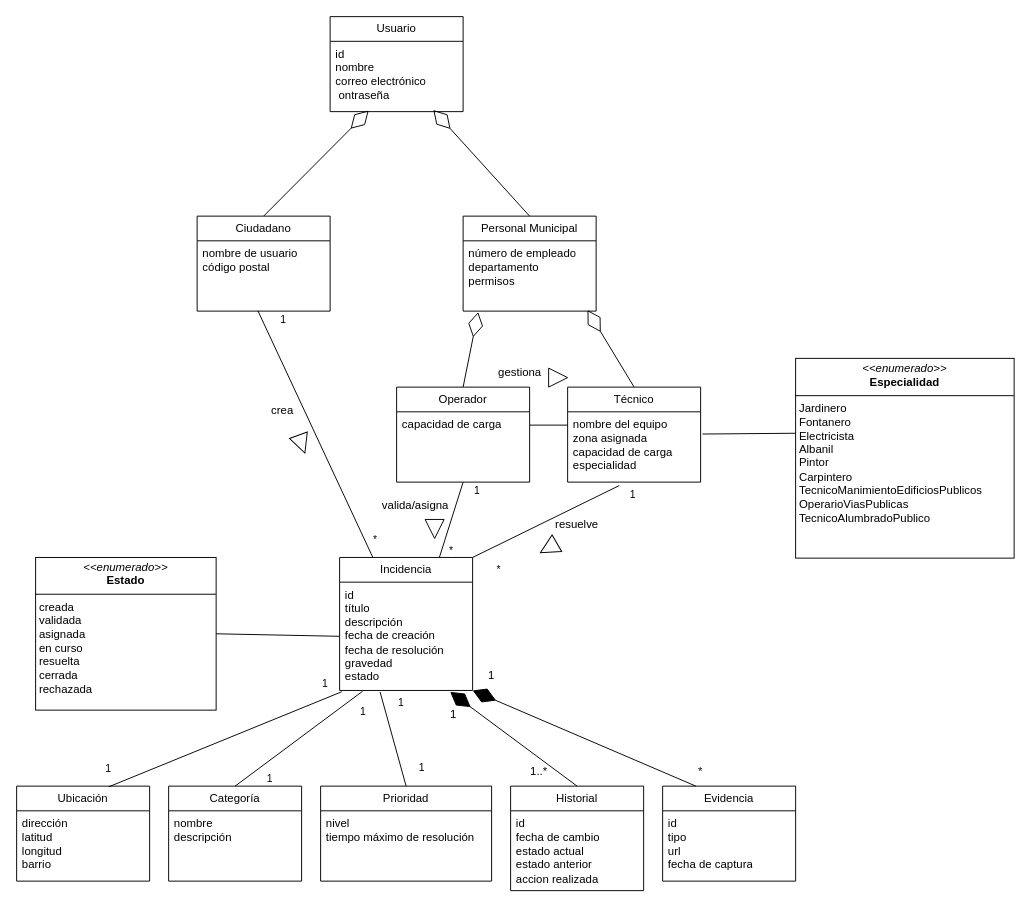
Before: Diagrams/Diagrama_Modelo_de_datos.drawio in javimoralesg/UrbanDesk, a draw.io diagram. Source tidied: cells renumbered, new cells numbered last; positions are measured from the earlier drawing's top-left corner, leaving out a move shared by most shapes. Both pictures are drawn from the tidied source at 95%, with x=0, y=0 at pixel (16, 16).
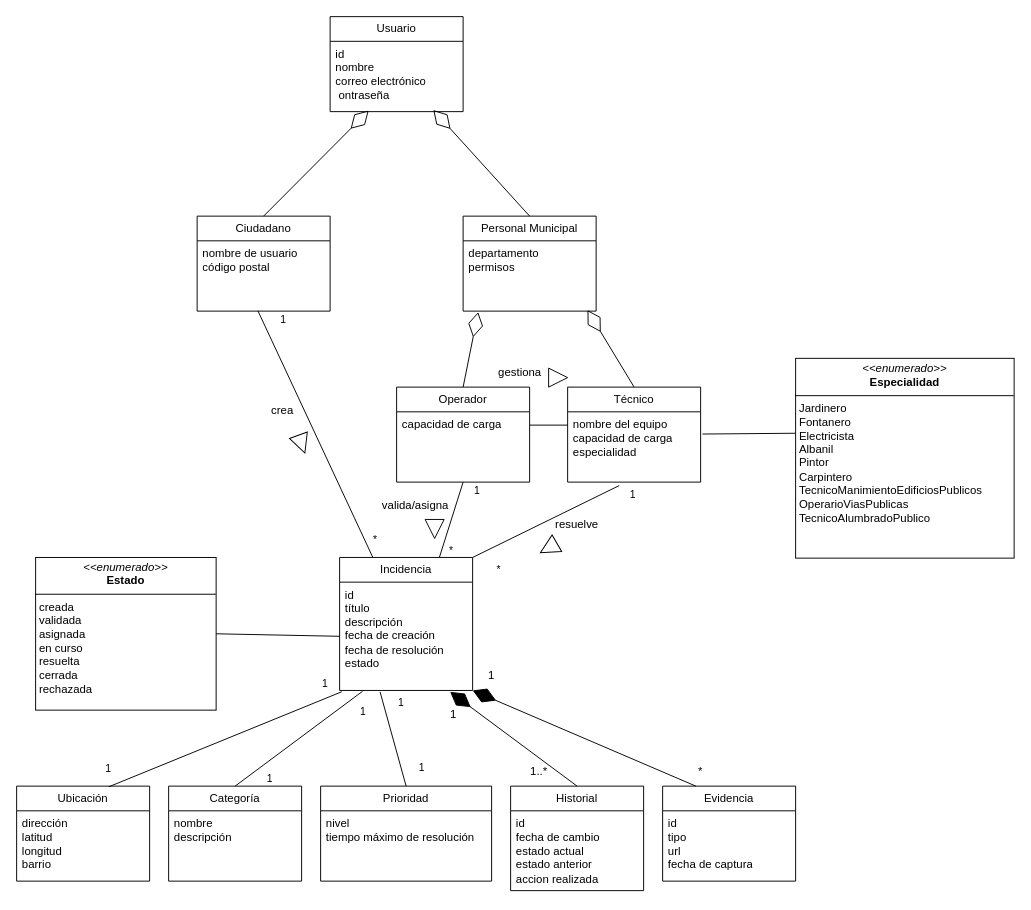
The same page after the edit.

Commit message:
add Diagrama de modelo de Datos v2

Unchanged cells that the change refers to:
```xml
<mxCell id="6" value="Personal Municipal" style="swimlane;fontStyle=0;horizontal=1;startSize=26;fillColor=none;whiteSpace=wrap;html=1;" parent="1" vertex="1">
  <mxGeometry x="470" y="210" width="140" height="100" as="geometry" />
</mxCell>
<mxCell id="10" value="Técnico" style="swimlane;fontStyle=0;horizontal=1;startSize=26;fillColor=none;whiteSpace=wrap;html=1;" parent="1" vertex="1">
  <mxGeometry x="580" y="390" width="140" height="100" as="geometry" />
</mxCell>
<mxCell id="12" value="Incidencia" style="swimlane;fontStyle=0;horizontal=1;startSize=26;fillColor=none;whiteSpace=wrap;html=1;" parent="1" vertex="1">
  <mxGeometry x="340" y="569.3" width="140" height="140" as="geometry" />
</mxCell>
```

Diff of the diagram source:
```diff
@@
-    <mxCell id="7" value="número de empleado&lt;div&gt;departamento&lt;/div&gt;&lt;div&gt;permisos&lt;/div&gt;" style="text;strokeColor=none;fillColor=none;align=left;verticalAlign=top;spacingLeft=4;spacingRight=4;overflow=hidden;points=[[0,0.5],[1,0.5]];portConstraint=eastwest;whiteSpace=wrap;html=1;" parent="6" vertex="1">
+    <mxCell id="7" value="&lt;div&gt;departamento&lt;/div&gt;&lt;div&gt;permisos&lt;/div&gt;" style="text;strokeColor=none;fillColor=none;align=left;verticalAlign=top;spacingLeft=4;spacingRight=4;overflow=hidden;points=[[0,0.5],[1,0.5]];portConstraint=eastwest;whiteSpace=wrap;html=1;" parent="6" vertex="1">
       <mxGeometry y="26" width="140" height="74" as="geometry" />
     </mxCell>
@@
-    <mxCell id="11" value="&lt;div&gt;nombre del equipo&lt;/div&gt;&lt;div&gt;zona asignada&lt;/div&gt;&lt;div&gt;capacidad de carga&lt;/div&gt;&lt;div&gt;especialidad&lt;/div&gt;" style="text;strokeColor=none;fillColor=none;align=left;verticalAlign=top;spacingLeft=4;spacingRight=4;overflow=hidden;points=[[0,0.5],[1,0.5]];portConstraint=eastwest;whiteSpace=wrap;html=1;" parent="10" vertex="1">
+    <mxCell id="11" value="&lt;div&gt;nombre del equipo&lt;/div&gt;&lt;div&gt;capacidad de carga&lt;/div&gt;&lt;div&gt;especialidad&lt;/div&gt;" style="text;strokeColor=none;fillColor=none;align=left;verticalAlign=top;spacingLeft=4;spacingRight=4;overflow=hidden;points=[[0,0.5],[1,0.5]];portConstraint=eastwest;whiteSpace=wrap;html=1;" parent="10" vertex="1">
       <mxGeometry y="26" width="140" height="74" as="geometry" />
     </mxCell>
@@
-    <mxCell id="13" value="id&lt;div&gt;título&lt;/div&gt;&lt;div&gt;descripción&lt;/div&gt;&lt;div&gt;fecha de creación&lt;/div&gt;&lt;div&gt;fecha de resolución&lt;/div&gt;&lt;div&gt;gravedad&lt;/div&gt;&lt;div&gt;estado&lt;/div&gt;" style="text;strokeColor=none;fillColor=none;align=left;verticalAlign=top;spacingLeft=4;spacingRight=4;overflow=hidden;points=[[0,0.5],[1,0.5]];portConstraint=eastwest;whiteSpace=wrap;html=1;" parent="12" vertex="1">
+    <mxCell id="13" value="id&lt;div&gt;título&lt;/div&gt;&lt;div&gt;descripción&lt;/div&gt;&lt;div&gt;fecha de creación&lt;/div&gt;&lt;div&gt;fecha de resolución&lt;/div&gt;&lt;div&gt;estado&lt;/div&gt;" style="text;strokeColor=none;fillColor=none;align=left;verticalAlign=top;spacingLeft=4;spacingRight=4;overflow=hidden;points=[[0,0.5],[1,0.5]];portConstraint=eastwest;whiteSpace=wrap;html=1;" parent="12" vertex="1">
       <mxGeometry y="26" width="140" height="114" as="geometry" />
     </mxCell>
```
